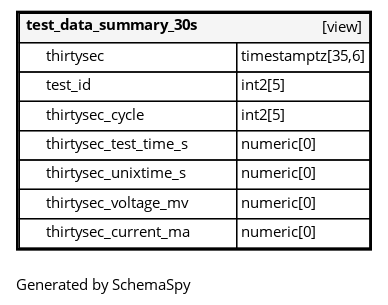
Before: docs/diagrams/tables/test_data_summary_30s.1degree.png, a diagram exported from Graphviz (BattGenie/battdb). Its source is kept beside it as docs/diagrams/tables/test_data_summary_30s.1degree.dot.
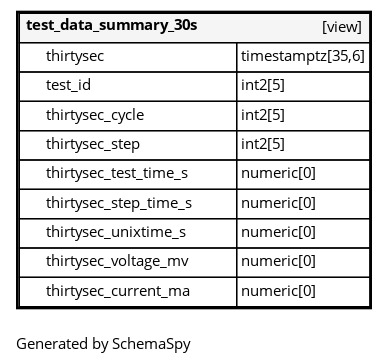
After the change.

Diff of the diagram source:
```diff
@@ -7,7 +7,9 @@
       <TR><TD PORT="thirtysec" COLSPAN="2" ALIGN="LEFT"><TABLE BORDER="0" CELLSPACING="0" ALIGN="LEFT"><TR ALIGN="LEFT"><TD ALIGN="LEFT" FIXEDSIZE="TRUE" WIDTH="15" HEIGHT="16"></TD><TD ALIGN="LEFT" FIXEDSIZE="TRUE" WIDTH="142" HEIGHT="16">thirtysec</TD></TR></TABLE></TD><TD PORT="thirtysec.type" ALIGN="LEFT">timestamptz[35,6]</TD></TR>
       <TR><TD PORT="test_id" COLSPAN="2" ALIGN="LEFT"><TABLE BORDER="0" CELLSPACING="0" ALIGN="LEFT"><TR ALIGN="LEFT"><TD ALIGN="LEFT" FIXEDSIZE="TRUE" WIDTH="15" HEIGHT="16"></TD><TD ALIGN="LEFT" FIXEDSIZE="TRUE" WIDTH="142" HEIGHT="16">test_id</TD></TR></TABLE></TD><TD PORT="test_id.type" ALIGN="LEFT">int2[5]</TD></TR>
       <TR><TD PORT="thirtysec_cycle" COLSPAN="2" ALIGN="LEFT"><TABLE BORDER="0" CELLSPACING="0" ALIGN="LEFT"><TR ALIGN="LEFT"><TD ALIGN="LEFT" FIXEDSIZE="TRUE" WIDTH="15" HEIGHT="16"></TD><TD ALIGN="LEFT" FIXEDSIZE="TRUE" WIDTH="142" HEIGHT="16">thirtysec_cycle</TD></TR></TABLE></TD><TD PORT="thirtysec_cycle.type" ALIGN="LEFT">int2[5]</TD></TR>
+      <TR><TD PORT="thirtysec_step" COLSPAN="2" ALIGN="LEFT"><TABLE BORDER="0" CELLSPACING="0" ALIGN="LEFT"><TR ALIGN="LEFT"><TD ALIGN="LEFT" FIXEDSIZE="TRUE" WIDTH="15" HEIGHT="16"></TD><TD ALIGN="LEFT" FIXEDSIZE="TRUE" WIDTH="142" HEIGHT="16">thirtysec_step</TD></TR></TABLE></TD><TD PORT="thirtysec_step.type" ALIGN="LEFT">int2[5]</TD></TR>
       <TR><TD PORT="thirtysec_test_time_s" COLSPAN="2" ALIGN="LEFT"><TABLE BORDER="0" CELLSPACING="0" ALIGN="LEFT"><TR ALIGN="LEFT"><TD ALIGN="LEFT" FIXEDSIZE="TRUE" WIDTH="15" HEIGHT="16"></TD><TD ALIGN="LEFT" FIXEDSIZE="TRUE" WIDTH="142" HEIGHT="16">thirtysec_test_time_s</TD></TR></TABLE></TD><TD PORT="thirtysec_test_time_s.type" ALIGN="LEFT">numeric[0]</TD></TR>
+      <TR><TD PORT="thirtysec_step_time_s" COLSPAN="2" ALIGN="LEFT"><TABLE BORDER="0" CELLSPACING="0" ALIGN="LEFT"><TR ALIGN="LEFT"><TD ALIGN="LEFT" FIXEDSIZE="TRUE" WIDTH="15" HEIGHT="16"></TD><TD ALIGN="LEFT" FIXEDSIZE="TRUE" WIDTH="142" HEIGHT="16">thirtysec_step_time_s</TD></TR></TABLE></TD><TD PORT="thirtysec_step_time_s.type" ALIGN="LEFT">numeric[0]</TD></TR>
       <TR><TD PORT="thirtysec_unixtime_s" COLSPAN="2" ALIGN="LEFT"><TABLE BORDER="0" CELLSPACING="0" ALIGN="LEFT"><TR ALIGN="LEFT"><TD ALIGN="LEFT" FIXEDSIZE="TRUE" WIDTH="15" HEIGHT="16"></TD><TD ALIGN="LEFT" FIXEDSIZE="TRUE" WIDTH="142" HEIGHT="16">thirtysec_unixtime_s</TD></TR></TABLE></TD><TD PORT="thirtysec_unixtime_s.type" ALIGN="LEFT">numeric[0]</TD></TR>
       <TR><TD PORT="thirtysec_voltage_mv" COLSPAN="2" ALIGN="LEFT"><TABLE BORDER="0" CELLSPACING="0" ALIGN="LEFT"><TR ALIGN="LEFT"><TD ALIGN="LEFT" FIXEDSIZE="TRUE" WIDTH="15" HEIGHT="16"></TD><TD ALIGN="LEFT" FIXEDSIZE="TRUE" WIDTH="142" HEIGHT="16">thirtysec_voltage_mv</TD></TR></TABLE></TD><TD PORT="thirtysec_voltage_mv.type" ALIGN="LEFT">numeric[0]</TD></TR>
       <TR><TD PORT="thirtysec_current_ma" COLSPAN="2" ALIGN="LEFT"><TABLE BORDER="0" CELLSPACING="0" ALIGN="LEFT"><TR ALIGN="LEFT"><TD ALIGN="LEFT" FIXEDSIZE="TRUE" WIDTH="15" HEIGHT="16"></TD><TD ALIGN="LEFT" FIXEDSIZE="TRUE" WIDTH="142" HEIGHT="16">thirtysec_current_ma</TD></TR></TABLE></TD><TD PORT="thirtysec_current_ma.type" ALIGN="LEFT">numeric[0]</TD></TR>
```
